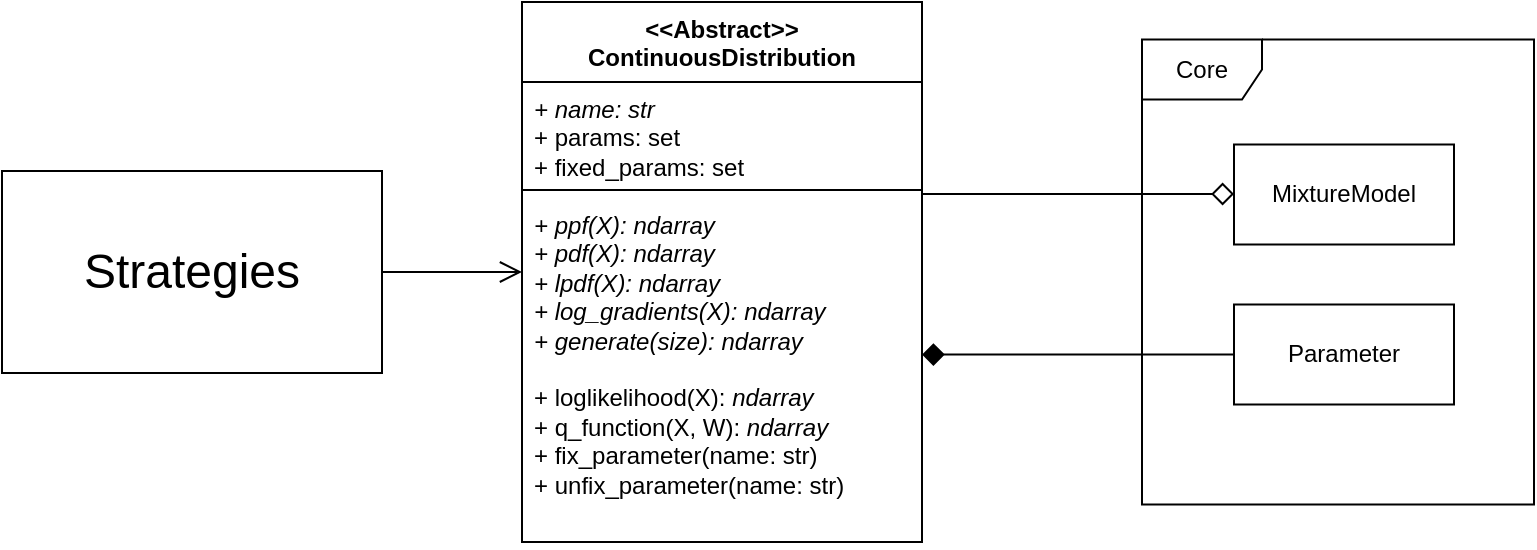
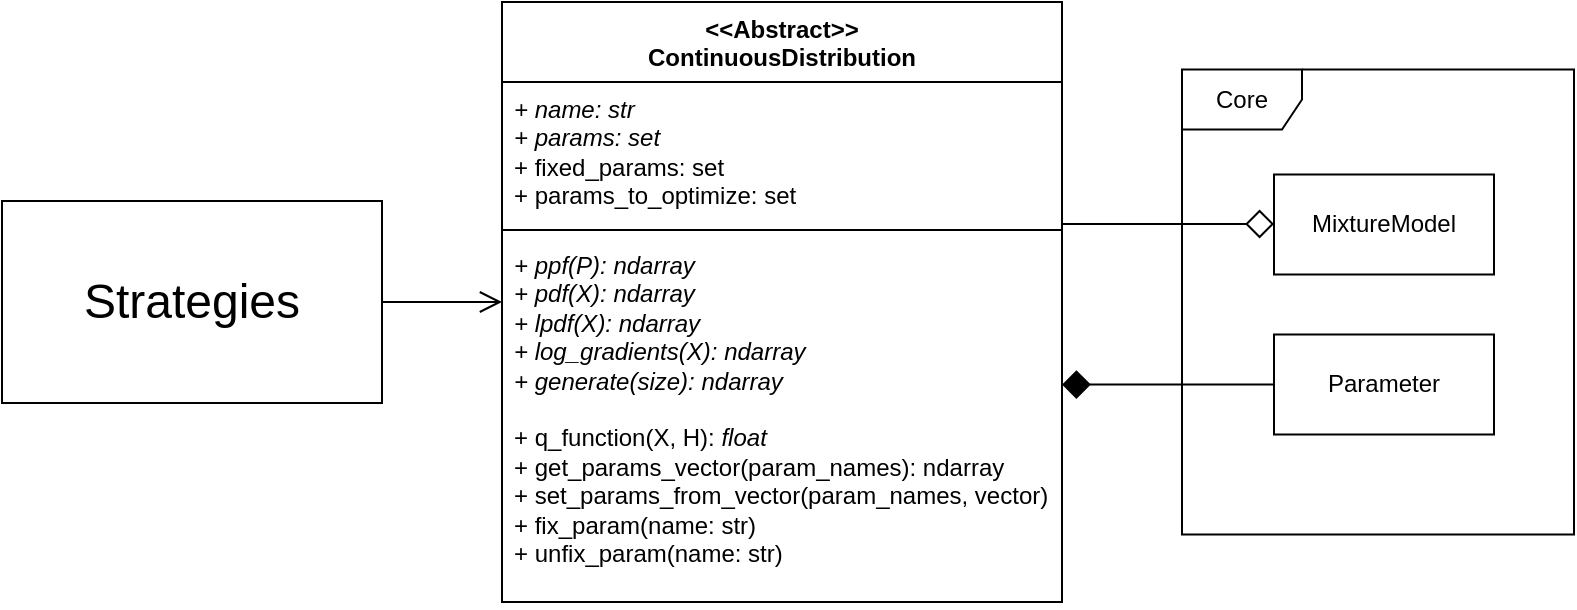
- <mxfile host="app.diagrams.net" agent="Mozilla/5.0 (X11; Linux x86_64; rv:141.0) Gecko/20100101 Firefox/141.0" scale="3" border="30" version="28.0.7">
+ <mxfile host="app.diagrams.net" agent="Mozilla/5.0 (X11; Linux x86_64; rv:141.0) Gecko/20100101 Firefox/141.0" scale="3" border="30" version="28.0.9">
  <diagram name="Страница — 1" id="qBMSb5VlArYMsfCcVRjY">
    <mxGraphModel dx="989" dy="537" grid="1" gridSize="10" guides="1" tooltips="1" connect="1" arrows="1" fold="1" page="1" pageScale="1" pageWidth="827" pageHeight="1169" math="0" shadow="0">
      <root>
        <mxCell id="0" />
        <mxCell id="1" parent="0" />
-         <mxCell id="yA9hYU6mAahTs9dTSDo--15" style="edgeStyle=orthogonalEdgeStyle;rounded=0;orthogonalLoop=1;jettySize=auto;html=1;endArrow=diamond;endFill=0;endSize=9;" parent="1" source="yA9hYU6mAahTs9dTSDo--1" target="yA9hYU6mAahTs9dTSDo--12" edge="1">
+         <mxCell id="yA9hYU6mAahTs9dTSDo--15" style="edgeStyle=orthogonalEdgeStyle;rounded=0;orthogonalLoop=1;jettySize=auto;html=1;endArrow=diamond;endFill=0;endSize=12;" parent="1" source="TgPE5KHS7FsjIcxRjYKa-5" target="yA9hYU6mAahTs9dTSDo--12" edge="1">
          <mxGeometry relative="1" as="geometry">
            <Array as="points">
-               <mxPoint x="520" y="296" />
-               <mxPoint x="520" y="296" />
+               <mxPoint x="560" y="296" />
+               <mxPoint x="560" y="296" />
            </Array>
+             <mxPoint x="480" y="296" as="sourcePoint" />
          </mxGeometry>
-         </mxCell>
-         <mxCell id="yA9hYU6mAahTs9dTSDo--1" value="&amp;lt;&amp;lt;Abstract&amp;gt;&amp;gt;&lt;div&gt;ContinuousDistribution&lt;/div&gt;" style="swimlane;fontStyle=1;align=center;verticalAlign=top;childLayout=stackLayout;horizontal=1;startSize=40;horizontalStack=0;resizeParent=1;resizeParentMax=0;resizeLast=0;collapsible=1;marginBottom=0;whiteSpace=wrap;html=1;" parent="1" vertex="1">
-           <mxGeometry x="280" y="200" width="200" height="270" as="geometry" />
-         </mxCell>
-         <mxCell id="yA9hYU6mAahTs9dTSDo--2" value="&lt;div&gt;&lt;i&gt;+ name: str&lt;/i&gt;&lt;/div&gt;&lt;div&gt;+ params: set&lt;/div&gt;&lt;div&gt;+ fixed_params: set&lt;/div&gt;" style="text;strokeColor=none;fillColor=none;align=left;verticalAlign=top;spacingLeft=4;spacingRight=4;overflow=hidden;rotatable=0;points=[[0,0.5],[1,0.5]];portConstraint=eastwest;whiteSpace=wrap;html=1;" parent="yA9hYU6mAahTs9dTSDo--1" vertex="1">
-           <mxGeometry y="40" width="200" height="50" as="geometry" />
-         </mxCell>
-         <mxCell id="yA9hYU6mAahTs9dTSDo--3" value="" style="line;strokeWidth=1;fillColor=none;align=left;verticalAlign=middle;spacingTop=-1;spacingLeft=3;spacingRight=3;rotatable=0;labelPosition=right;points=[];portConstraint=eastwest;strokeColor=inherit;" parent="yA9hYU6mAahTs9dTSDo--1" vertex="1">
-           <mxGeometry y="90" width="200" height="8" as="geometry" />
-         </mxCell>
-         <mxCell id="yA9hYU6mAahTs9dTSDo--4" value="&lt;div&gt;&lt;i&gt;+ ppf(X): ndarray&lt;/i&gt;&lt;/div&gt;&lt;div&gt;&lt;i&gt;+ pdf(X):&amp;nbsp;&lt;/i&gt;&lt;i&gt;ndarray&lt;/i&gt;&lt;/div&gt;&lt;div&gt;&lt;i&gt;+ lpdf(X):&amp;nbsp;&lt;/i&gt;&lt;i&gt;ndarray&lt;/i&gt;&lt;/div&gt;&lt;div&gt;&lt;i&gt;+ log_gradients(X):&amp;nbsp;&lt;/i&gt;&lt;i&gt;ndarray&lt;/i&gt;&lt;/div&gt;&lt;div&gt;&lt;i&gt;+ generate(size):&amp;nbsp;&lt;/i&gt;&lt;i&gt;ndarray&lt;/i&gt;&lt;/div&gt;&lt;div&gt;&lt;br&gt;&lt;/div&gt;&lt;div&gt;+ loglikelihood(X):&amp;nbsp;&lt;i&gt;ndarray&lt;/i&gt;&lt;/div&gt;&lt;div&gt;+ q_function(X, W):&amp;nbsp;&lt;i&gt;ndarray&lt;/i&gt;&lt;/div&gt;&lt;div&gt;+ fix_parameter(name: str)&lt;/div&gt;&lt;div&gt;+ unfix_parameter(name: str)&lt;/div&gt;&lt;div&gt;&lt;i&gt;&lt;br&gt;&lt;/i&gt;&lt;/div&gt;&lt;div&gt;&lt;i&gt;&lt;br&gt;&lt;/i&gt;&lt;/div&gt;&lt;div&gt;&lt;i&gt;&lt;br&gt;&lt;/i&gt;&lt;/div&gt;" style="text;strokeColor=none;fillColor=none;align=left;verticalAlign=top;spacingLeft=4;spacingRight=4;overflow=hidden;rotatable=0;points=[[0,0.5],[1,0.5]];portConstraint=eastwest;whiteSpace=wrap;html=1;" parent="yA9hYU6mAahTs9dTSDo--1" vertex="1">
-           <mxGeometry y="98" width="200" height="172" as="geometry" />
        </mxCell>
        <mxCell id="yA9hYU6mAahTs9dTSDo--11" value="Core" style="shape=umlFrame;whiteSpace=wrap;html=1;pointerEvents=0;" parent="1" vertex="1">
          <mxGeometry x="590" y="218.75" width="196" height="232.5" as="geometry" />
        </mxCell>
        <mxCell id="yA9hYU6mAahTs9dTSDo--12" value="MixtureModel" style="html=1;whiteSpace=wrap;" parent="1" vertex="1">
          <mxGeometry x="636" y="271.25" width="110" height="50" as="geometry" />
        </mxCell>
-         <mxCell id="yA9hYU6mAahTs9dTSDo--16" style="edgeStyle=orthogonalEdgeStyle;rounded=0;orthogonalLoop=1;jettySize=auto;html=1;endArrow=diamond;endFill=1;endSize=9;" parent="1" source="yA9hYU6mAahTs9dTSDo--13" target="yA9hYU6mAahTs9dTSDo--1" edge="1">
+         <mxCell id="yA9hYU6mAahTs9dTSDo--16" style="edgeStyle=orthogonalEdgeStyle;rounded=0;orthogonalLoop=1;jettySize=auto;html=1;endArrow=diamond;endFill=1;endSize=12;" parent="1" source="yA9hYU6mAahTs9dTSDo--13" target="TgPE5KHS7FsjIcxRjYKa-5" edge="1">
          <mxGeometry relative="1" as="geometry">
            <Array as="points">
-               <mxPoint x="550" y="376" />
-               <mxPoint x="550" y="376" />
+               <mxPoint x="570" y="376" />
+               <mxPoint x="570" y="376" />
            </Array>
+             <mxPoint x="480" y="376.29999999999995" as="targetPoint" />
          </mxGeometry>
        </mxCell>
        <mxCell id="yA9hYU6mAahTs9dTSDo--13" value="Parameter" style="html=1;whiteSpace=wrap;" parent="1" vertex="1">
          <mxGeometry x="636" y="351.25" width="110" height="50" as="geometry" />
        </mxCell>
-         <mxCell id="yA9hYU6mAahTs9dTSDo--22" style="edgeStyle=orthogonalEdgeStyle;rounded=0;orthogonalLoop=1;jettySize=auto;html=1;endArrow=open;endFill=0;endSize=9;" parent="1" source="yA9hYU6mAahTs9dTSDo--21" target="yA9hYU6mAahTs9dTSDo--1" edge="1">
-           <mxGeometry relative="1" as="geometry" />
+         <mxCell id="yA9hYU6mAahTs9dTSDo--22" style="edgeStyle=orthogonalEdgeStyle;rounded=0;orthogonalLoop=1;jettySize=auto;html=1;endArrow=open;endFill=0;endSize=9;" parent="1" source="yA9hYU6mAahTs9dTSDo--21" target="TgPE5KHS7FsjIcxRjYKa-5" edge="1">
+           <mxGeometry relative="1" as="geometry">
+             <mxPoint x="280" y="335" as="targetPoint" />
+           </mxGeometry>
        </mxCell>
        <mxCell id="yA9hYU6mAahTs9dTSDo--21" value="&lt;font style=&quot;font-size: 24px;&quot;&gt;Strategies&lt;/font&gt;" style="html=1;whiteSpace=wrap;" parent="1" vertex="1">
-           <mxGeometry x="20" y="284.5" width="190" height="101" as="geometry" />
+           <mxGeometry y="284.5" width="190" height="101" as="geometry" />
+         </mxCell>
+         <mxCell id="TgPE5KHS7FsjIcxRjYKa-5" value="&amp;lt;&amp;lt;Abstract&amp;gt;&amp;gt;&lt;div&gt;ContinuousDistribution&lt;/div&gt;" style="swimlane;fontStyle=1;align=center;verticalAlign=top;childLayout=stackLayout;horizontal=1;startSize=40;horizontalStack=0;resizeParent=1;resizeParentMax=0;resizeLast=0;collapsible=1;marginBottom=0;whiteSpace=wrap;html=1;" vertex="1" parent="1">
+           <mxGeometry x="250" y="185" width="280" height="300" as="geometry" />
+         </mxCell>
+         <mxCell id="TgPE5KHS7FsjIcxRjYKa-6" value="&lt;div&gt;&lt;i&gt;+ name: str&lt;/i&gt;&lt;/div&gt;&lt;div&gt;&lt;i&gt;+ params: set&lt;/i&gt;&lt;/div&gt;&lt;div&gt;+ fixed_params: set&lt;/div&gt;&lt;div&gt;+ params_to_optimize: set&lt;/div&gt;" style="text;strokeColor=none;fillColor=none;align=left;verticalAlign=top;spacingLeft=4;spacingRight=4;overflow=hidden;rotatable=0;points=[[0,0.5],[1,0.5]];portConstraint=eastwest;whiteSpace=wrap;html=1;" vertex="1" parent="TgPE5KHS7FsjIcxRjYKa-5">
+           <mxGeometry y="40" width="280" height="70" as="geometry" />
+         </mxCell>
+         <mxCell id="TgPE5KHS7FsjIcxRjYKa-7" value="" style="line;strokeWidth=1;fillColor=none;align=left;verticalAlign=middle;spacingTop=-1;spacingLeft=3;spacingRight=3;rotatable=0;labelPosition=right;points=[];portConstraint=eastwest;strokeColor=inherit;" vertex="1" parent="TgPE5KHS7FsjIcxRjYKa-5">
+           <mxGeometry y="110" width="280" height="8" as="geometry" />
+         </mxCell>
+         <mxCell id="TgPE5KHS7FsjIcxRjYKa-8" value="&lt;div&gt;&lt;i&gt;+ ppf(P): ndarray&lt;/i&gt;&lt;/div&gt;&lt;div&gt;&lt;i&gt;+ pdf(X):&amp;nbsp;&lt;/i&gt;&lt;i&gt;ndarray&lt;/i&gt;&lt;/div&gt;&lt;div&gt;&lt;i&gt;+ lpdf(X):&amp;nbsp;&lt;/i&gt;&lt;i&gt;ndarray&lt;/i&gt;&lt;/div&gt;&lt;div&gt;&lt;i&gt;+ log_gradients(X):&amp;nbsp;&lt;/i&gt;&lt;i&gt;ndarray&lt;/i&gt;&lt;/div&gt;&lt;div&gt;&lt;i&gt;+ generate(size):&amp;nbsp;&lt;/i&gt;&lt;i&gt;ndarray&lt;/i&gt;&lt;/div&gt;&lt;div&gt;&lt;br&gt;&lt;/div&gt;&lt;div&gt;+ q_function(X, H):&amp;nbsp;&lt;i&gt;float&lt;br&gt;&lt;/i&gt;+ get_params_vector(param_names): ndarray&lt;/div&gt;&lt;div&gt;+ set_params_from_vector(param_names, vector)&lt;/div&gt;&lt;div&gt;+ fix_param(name: str)&lt;/div&gt;&lt;div&gt;+ unfix_param(name: str)&lt;/div&gt;&lt;div&gt;&lt;i&gt;&lt;br&gt;&lt;/i&gt;&lt;/div&gt;&lt;div&gt;&lt;i&gt;&lt;br&gt;&lt;/i&gt;&lt;/div&gt;&lt;div&gt;&lt;i&gt;&lt;br&gt;&lt;/i&gt;&lt;/div&gt;" style="text;strokeColor=none;fillColor=none;align=left;verticalAlign=top;spacingLeft=4;spacingRight=4;overflow=hidden;rotatable=0;points=[[0,0.5],[1,0.5]];portConstraint=eastwest;whiteSpace=wrap;html=1;" vertex="1" parent="TgPE5KHS7FsjIcxRjYKa-5">
+           <mxGeometry y="118" width="280" height="182" as="geometry" />
        </mxCell>
      </root>
    </mxGraphModel>
  </diagram>
</mxfile>
